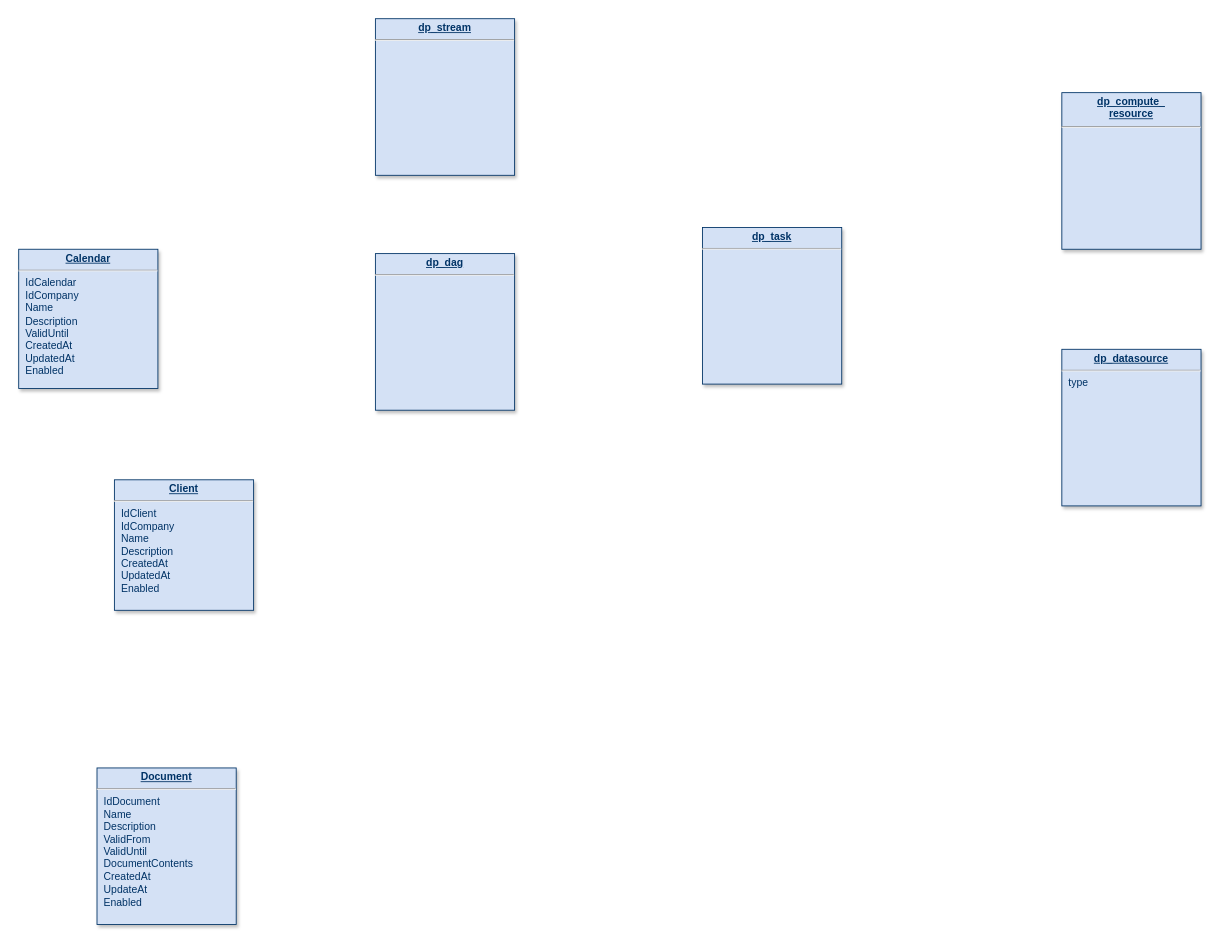
The draw.io diagram db_v2.drawio in cicelprg/drawio, before the edit. Source tidied: cells renumbered, new cells numbered last; positions are measured from the earlier drawing's top-left corner, leaving out a move shared by most shapes. Both pictures are drawn from the tidied source at 87%, with x=0, y=0 at pixel (18, 18).
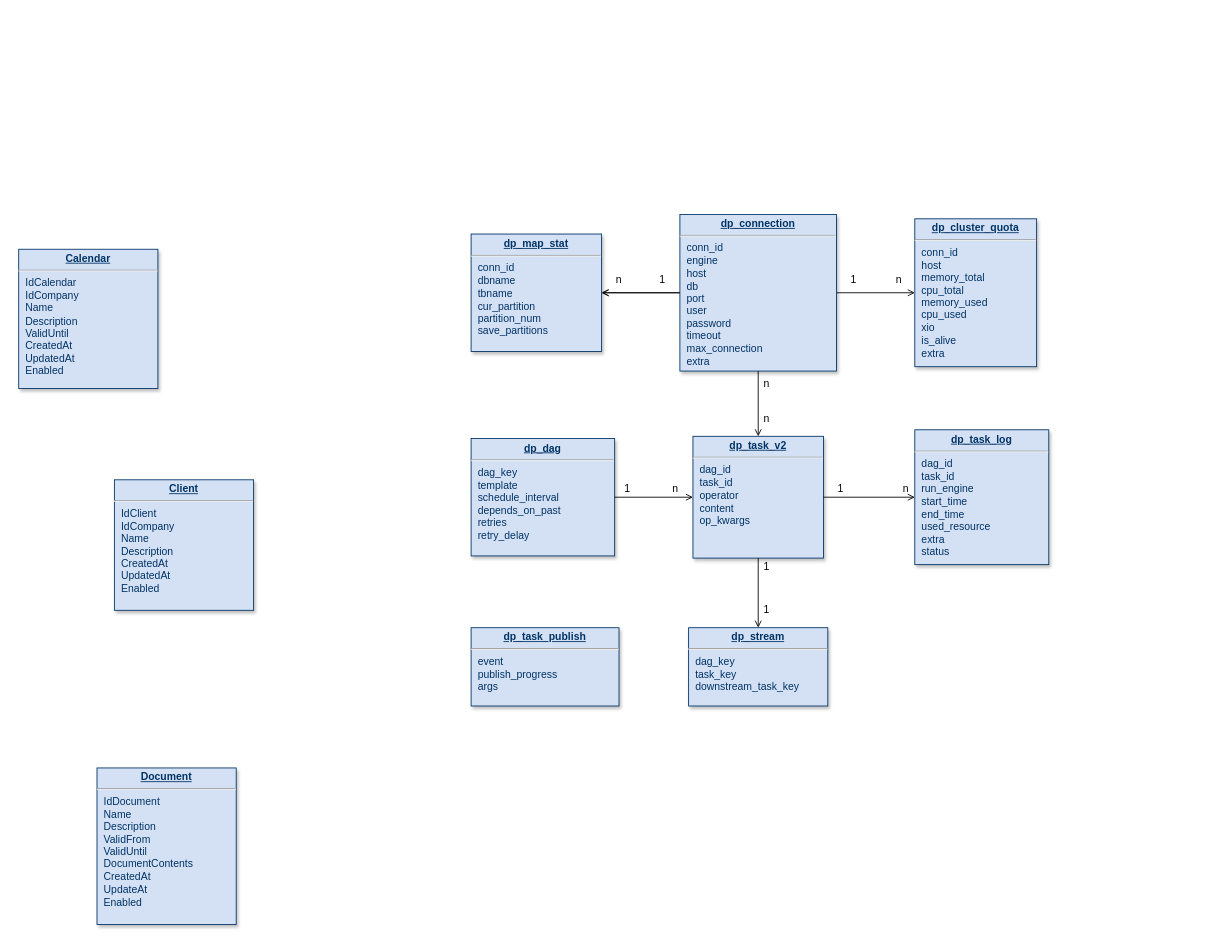
The same diagram, later.

The edit, as a diff of the source:
```diff
@@
+    <mxCell id="10" style="edgeStyle=none;rounded=1;jettySize=auto;html=1;endArrow=open;endFill=0;" parent="1" edge="1" source="3" target="12">
+      <mxGeometry relative="1" as="geometry" />
+    </mxCell>
+    <mxCell id="11" style="edgeStyle=none;rounded=1;jettySize=auto;html=1;endArrow=open;endFill=0;" parent="1" edge="1" source="3" target="15">
+      <mxGeometry relative="1" as="geometry" />
+    </mxCell>
-    <mxCell id="3" value="&lt;p style=&quot;margin: 0px ; margin-top: 4px ; text-align: center ; text-decoration: underline&quot;&gt;&lt;b&gt;dp_task&lt;/b&gt;&lt;/p&gt;&lt;hr&gt;&lt;p style=&quot;margin: 0px ; margin-left: 8px&quot;&gt;&lt;br&gt;&lt;/p&gt;" style="verticalAlign=top;align=left;overflow=fill;fontSize=12;fontFamily=Helvetica;html=1;strokeColor=#003366;shadow=1;fillColor=#D4E1F5;fontColor=#003366;" parent="1" vertex="1">
-      <mxGeometry x="786" y="240" width="160" height="180" as="geometry" />
+    <mxCell id="3" value="&lt;p style=&quot;margin: 0px ; margin-top: 4px ; text-align: center ; text-decoration: underline&quot;&gt;&lt;b&gt;dp_connection&lt;/b&gt;&lt;/p&gt;&lt;hr&gt;&lt;p style=&quot;margin: 0px ; margin-left: 8px&quot;&gt;conn_id&lt;br&gt;&lt;/p&gt;&lt;p style=&quot;margin: 0px ; margin-left: 8px&quot;&gt;engine&lt;/p&gt;&lt;p style=&quot;margin: 0px ; margin-left: 8px&quot;&gt;host&lt;br&gt;&lt;/p&gt;&lt;p style=&quot;margin: 0px ; margin-left: 8px&quot;&gt;db&lt;/p&gt;&lt;p style=&quot;margin: 0px ; margin-left: 8px&quot;&gt;port&lt;/p&gt;&lt;p style=&quot;margin: 0px ; margin-left: 8px&quot;&gt;user&lt;br&gt;&lt;/p&gt;&lt;p style=&quot;margin: 0px ; margin-left: 8px&quot;&gt;password&lt;br&gt;&lt;/p&gt;&lt;p style=&quot;margin: 0px ; margin-left: 8px&quot;&gt;timeout&lt;/p&gt;&lt;p style=&quot;margin: 0px ; margin-left: 8px&quot;&gt;max_connection&lt;br&gt;&lt;/p&gt;&lt;p style=&quot;margin: 0px ; margin-left: 8px&quot;&gt;extra&lt;br&gt;&lt;/p&gt;&lt;p style=&quot;margin: 0px ; margin-left: 8px&quot;&gt;&lt;br&gt;&lt;/p&gt;&lt;p style=&quot;margin: 0px ; margin-left: 8px&quot;&gt;&lt;br&gt;&lt;/p&gt;&lt;p style=&quot;margin: 0px ; margin-left: 8px&quot;&gt;&lt;br&gt;&lt;/p&gt;&lt;p style=&quot;margin: 0px ; margin-left: 8px&quot;&gt;&lt;br&gt;&lt;/p&gt;&lt;p style=&quot;margin: 0px ; margin-left: 8px&quot;&gt;&lt;br&gt;&lt;/p&gt;" style="verticalAlign=top;align=left;overflow=fill;fontSize=12;fontFamily=Helvetica;html=1;strokeColor=#003366;shadow=1;fillColor=#D4E1F5;fontColor=#003366;" parent="1" vertex="1">
+      <mxGeometry x="760" y="225" width="180" height="180" as="geometry" />
     </mxCell>
@@
-    <mxCell id="6" value="&lt;p style=&quot;margin: 0px ; margin-top: 4px ; text-align: center ; text-decoration: underline&quot;&gt;&lt;b&gt;dp_datasource&lt;/b&gt;&lt;/p&gt;&lt;hr&gt;&lt;p style=&quot;margin: 0px ; margin-left: 8px&quot;&gt;type&lt;/p&gt;" style="verticalAlign=top;align=left;overflow=fill;fontSize=12;fontFamily=Helvetica;html=1;strokeColor=#003366;shadow=1;fillColor=#D4E1F5;fontColor=#003366;" parent="1" vertex="1">
-      <mxGeometry x="1199" y="380" width="160" height="180" as="geometry" />
-    </mxCell>
-    <mxCell id="7" value="&lt;p style=&quot;margin: 0px ; margin-top: 4px ; text-align: center ; text-decoration: underline&quot;&gt;&lt;b&gt;dp_stream&lt;/b&gt;&lt;/p&gt;&lt;hr&gt;&lt;p style=&quot;margin: 0px ; margin-left: 8px&quot;&gt;&lt;br&gt;&lt;/p&gt;" style="verticalAlign=top;align=left;overflow=fill;fontSize=12;fontFamily=Helvetica;html=1;strokeColor=#003366;shadow=1;fillColor=#D4E1F5;fontColor=#003366;" parent="1" vertex="1">
-      <mxGeometry x="410" width="160" height="180" as="geometry" />
+    <mxCell id="7" value="&lt;p style=&quot;margin: 0px ; margin-top: 4px ; text-align: center ; text-decoration: underline&quot;&gt;&lt;b&gt;dp_dag&lt;/b&gt;&lt;/p&gt;&lt;hr&gt;&lt;p style=&quot;margin: 0px ; margin-left: 8px&quot;&gt;dag_key&lt;br&gt;&lt;/p&gt;&lt;p style=&quot;margin: 0px ; margin-left: 8px&quot;&gt;template&lt;br&gt;&lt;/p&gt;&lt;p style=&quot;margin: 0px ; margin-left: 8px&quot;&gt;schedule_interval&lt;br&gt;&lt;/p&gt;&lt;p style=&quot;margin: 0px ; margin-left: 8px&quot;&gt;depends_on_past&lt;br&gt;&lt;/p&gt;&lt;p style=&quot;margin: 0px ; margin-left: 8px&quot;&gt;retries&lt;br&gt;&lt;/p&gt;&lt;p style=&quot;margin: 0px ; margin-left: 8px&quot;&gt;retry_delay&lt;br&gt;&lt;/p&gt;" style="verticalAlign=top;align=left;overflow=fill;fontSize=12;fontFamily=Helvetica;html=1;strokeColor=#003366;shadow=1;fillColor=#D4E1F5;fontColor=#003366;" parent="1" vertex="1">
+      <mxGeometry x="520" y="482.5" width="165" height="135" as="geometry" />
     </mxCell>
-    <mxCell id="8" value="&lt;p style=&quot;margin: 0px ; margin-top: 4px ; text-align: center ; text-decoration: underline&quot;&gt;&lt;b&gt;dp_compute_&lt;/b&gt;&lt;/p&gt;&lt;div style=&quot;text-align: center&quot;&gt;&lt;span&gt;&lt;b&gt;&lt;u&gt;resource&lt;/u&gt;&lt;/b&gt;&lt;/span&gt;&lt;/div&gt;&lt;hr&gt;&lt;p style=&quot;margin: 0px ; margin-left: 8px&quot;&gt;&lt;br&gt;&lt;/p&gt;" style="verticalAlign=top;align=left;overflow=fill;fontSize=12;fontFamily=Helvetica;html=1;strokeColor=#003366;shadow=1;fillColor=#D4E1F5;fontColor=#003366;" parent="1" vertex="1">
-      <mxGeometry x="1199" y="85" width="160" height="180" as="geometry" />
-    </mxCell>
-    <mxCell id="9" value="&lt;p style=&quot;margin: 0px ; margin-top: 4px ; text-align: center ; text-decoration: underline&quot;&gt;&lt;b&gt;dp_dag&lt;/b&gt;&lt;/p&gt;&lt;hr&gt;&lt;p style=&quot;margin: 0px ; margin-left: 8px&quot;&gt;&lt;br&gt;&lt;/p&gt;" style="verticalAlign=top;align=left;overflow=fill;fontSize=12;fontFamily=Helvetica;html=1;strokeColor=#003366;shadow=1;fillColor=#D4E1F5;fontColor=#003366;" parent="1" vertex="1">
-      <mxGeometry x="410" y="270" width="160" height="180" as="geometry" />
+    <mxCell id="9" value="&lt;p style=&quot;margin: 0px ; margin-top: 4px ; text-align: center ; text-decoration: underline&quot;&gt;&lt;b&gt;dp_task_log&lt;/b&gt;&lt;/p&gt;&lt;hr&gt;&lt;p style=&quot;margin: 0px ; margin-left: 8px&quot;&gt;dag_id&lt;/p&gt;&lt;p style=&quot;margin: 0px ; margin-left: 8px&quot;&gt;task_id&lt;/p&gt;&lt;p style=&quot;margin: 0px ; margin-left: 8px&quot;&gt;run_engine&lt;br&gt;&lt;/p&gt;&lt;p style=&quot;margin: 0px ; margin-left: 8px&quot;&gt;start_time&lt;/p&gt;&lt;p style=&quot;margin: 0px ; margin-left: 8px&quot;&gt;end_time&lt;/p&gt;&lt;p style=&quot;margin: 0px ; margin-left: 8px&quot;&gt;used_resource&lt;/p&gt;&lt;p style=&quot;margin: 0px ; margin-left: 8px&quot;&gt;extra&lt;/p&gt;&lt;p style=&quot;margin: 0px ; margin-left: 8px&quot;&gt;status&lt;/p&gt;&lt;p style=&quot;margin: 0px ; margin-left: 8px&quot;&gt;&lt;br&gt;&lt;/p&gt;" style="verticalAlign=top;align=left;overflow=fill;fontSize=12;fontFamily=Helvetica;html=1;strokeColor=#003366;shadow=1;fillColor=#D4E1F5;fontColor=#003366;" parent="1" vertex="1">
+      <mxGeometry x="1030" y="472.5" width="154" height="155" as="geometry" />
     </mxCell>
+    <mxCell id="12" value="&lt;p style=&quot;margin: 0px ; margin-top: 4px ; text-align: center ; text-decoration: underline&quot;&gt;&lt;b&gt;dp_cluster_quota&lt;/b&gt;&lt;/p&gt;&lt;hr&gt;&lt;p style=&quot;margin: 0px ; margin-left: 8px&quot;&gt;conn_id&lt;/p&gt;&lt;p style=&quot;margin: 0px ; margin-left: 8px&quot;&gt;host&lt;/p&gt;&lt;p style=&quot;margin: 0px ; margin-left: 8px&quot;&gt;memory_total&lt;/p&gt;&lt;p style=&quot;margin: 0px ; margin-left: 8px&quot;&gt;cpu_total&lt;/p&gt;&lt;p style=&quot;margin: 0px ; margin-left: 8px&quot;&gt;memory_used&lt;/p&gt;&lt;p style=&quot;margin: 0px ; margin-left: 8px&quot;&gt;cpu_used&lt;/p&gt;&lt;p style=&quot;margin: 0px ; margin-left: 8px&quot;&gt;xio&lt;/p&gt;&lt;p style=&quot;margin: 0px ; margin-left: 8px&quot;&gt;is_alive&lt;/p&gt;&lt;p style=&quot;margin: 0px ; margin-left: 8px&quot;&gt;extra&lt;/p&gt;&lt;p style=&quot;margin: 0px ; margin-left: 8px&quot;&gt;&lt;br&gt;&lt;/p&gt;&lt;p style=&quot;margin: 0px ; margin-left: 8px&quot;&gt;&lt;br&gt;&lt;/p&gt;&lt;p style=&quot;margin: 0px ; margin-left: 8px&quot;&gt;&lt;br&gt;&lt;/p&gt;&lt;p style=&quot;margin: 0px ; margin-left: 8px&quot;&gt;&lt;br&gt;&lt;/p&gt;&lt;p style=&quot;margin: 0px ; margin-left: 8px&quot;&gt;&lt;br&gt;&lt;/p&gt;&lt;p style=&quot;margin: 0px ; margin-left: 8px&quot;&gt;&lt;br&gt;&lt;/p&gt;" style="verticalAlign=top;align=left;overflow=fill;fontSize=12;fontFamily=Helvetica;html=1;strokeColor=#003366;shadow=1;fillColor=#D4E1F5;fontColor=#003366;" parent="1" vertex="1">
+      <mxGeometry x="1030" y="230" width="140" height="170" as="geometry" />
+    </mxCell>
+    <mxCell id="13" value="&lt;p style=&quot;margin: 0px ; margin-top: 4px ; text-align: center ; text-decoration: underline&quot;&gt;&lt;b&gt;dp_task_publish&lt;/b&gt;&lt;/p&gt;&lt;hr&gt;&lt;p style=&quot;margin: 0px ; margin-left: 8px&quot;&gt;event&lt;/p&gt;&lt;p style=&quot;margin: 0px ; margin-left: 8px&quot;&gt;publish_progress&lt;/p&gt;&lt;p style=&quot;margin: 0px ; margin-left: 8px&quot;&gt;args&lt;/p&gt;&lt;p style=&quot;margin: 0px ; margin-left: 8px&quot;&gt;&lt;br&gt;&lt;/p&gt;" style="verticalAlign=top;align=left;overflow=fill;fontSize=12;fontFamily=Helvetica;html=1;strokeColor=#003366;shadow=1;fillColor=#D4E1F5;fontColor=#003366;" parent="1" vertex="1">
+      <mxGeometry x="520" y="700" width="170" height="90" as="geometry" />
+    </mxCell>
+    <mxCell id="14" value="&lt;p style=&quot;margin: 0px ; margin-top: 4px ; text-align: center ; text-decoration: underline&quot;&gt;&lt;b&gt;dp_task_v2&lt;/b&gt;&lt;/p&gt;&lt;hr&gt;&lt;p style=&quot;margin: 0px ; margin-left: 8px&quot;&gt;&lt;span&gt;dag_id&lt;/span&gt;&lt;br&gt;&lt;/p&gt;&lt;p style=&quot;margin: 0px ; margin-left: 8px&quot;&gt;task_id&lt;/p&gt;&lt;p style=&quot;margin: 0px ; margin-left: 8px&quot;&gt;&lt;span&gt;operator&lt;/span&gt;&lt;/p&gt;&lt;p style=&quot;margin: 0px ; margin-left: 8px&quot;&gt;content&lt;br&gt;&lt;/p&gt;&lt;p style=&quot;margin: 0px ; margin-left: 8px&quot;&gt;op_kwargs&lt;/p&gt;&lt;p style=&quot;margin: 0px ; margin-left: 8px&quot;&gt;&lt;br&gt;&lt;/p&gt;&lt;p style=&quot;margin: 0px ; margin-left: 8px&quot;&gt;&lt;br&gt;&lt;/p&gt;" style="verticalAlign=top;align=left;overflow=fill;fontSize=12;fontFamily=Helvetica;html=1;strokeColor=#003366;shadow=1;fillColor=#D4E1F5;fontColor=#003366;" parent="1" vertex="1">
+      <mxGeometry x="775" y="480" width="150" height="140" as="geometry" />
+    </mxCell>
+    <mxCell id="15" value="&lt;p style=&quot;margin: 0px ; margin-top: 4px ; text-align: center ; text-decoration: underline&quot;&gt;&lt;b&gt;dp_map_stat&lt;/b&gt;&lt;/p&gt;&lt;hr&gt;&lt;p style=&quot;margin: 0px ; margin-left: 8px&quot;&gt;conn_id&lt;/p&gt;&lt;p style=&quot;margin: 0px ; margin-left: 8px&quot;&gt;dbname&lt;br&gt;&lt;/p&gt;&lt;p style=&quot;margin: 0px ; margin-left: 8px&quot;&gt;tbname&lt;br&gt;&lt;/p&gt;&lt;p style=&quot;margin: 0px ; margin-left: 8px&quot;&gt;cur_partition&lt;br&gt;&lt;/p&gt;&lt;p style=&quot;margin: 0px ; margin-left: 8px&quot;&gt;partition_num&lt;/p&gt;&lt;p style=&quot;margin: 0px ; margin-left: 8px&quot;&gt;&lt;span&gt;save_partitions&lt;/span&gt;&lt;br&gt;&lt;/p&gt;&lt;p style=&quot;margin: 0px ; margin-left: 8px&quot;&gt;&lt;br&gt;&lt;/p&gt;" style="verticalAlign=top;align=left;overflow=fill;fontSize=12;fontFamily=Helvetica;html=1;strokeColor=#003366;shadow=1;fillColor=#D4E1F5;fontColor=#003366;" parent="1" vertex="1">
+      <mxGeometry x="520" y="247.5" width="150" height="135" as="geometry" />
+    </mxCell>
+    <mxCell id="16" style="edgeStyle=none;rounded=1;jettySize=auto;html=1;endArrow=open;endFill=0;entryX=1;entryY=0.5;entryDx=0;entryDy=0;" parent="1" edge="1" source="3" target="15">
+      <mxGeometry relative="1" as="geometry" />
+    </mxCell>
+    <mxCell id="17" style="endArrow=open;html=1;rounded=1;endFill=0;entryX=0.5;entryY=0;entryDx=0;entryDy=0;exitX=0.5;exitY=1;exitDx=0;exitDy=0;" parent="1" edge="1" source="3" target="14">
+      <mxGeometry relative="1" as="geometry" />
+    </mxCell>
+    <mxCell id="18" style="endArrow=open;html=1;rounded=1;endFill=0;exitX=1;exitY=0.5;exitDx=0;exitDy=0;" parent="1" edge="1" source="14" target="9">
+      <mxGeometry relative="1" as="geometry" />
+    </mxCell>
+    <mxCell id="19" value="&lt;p style=&quot;margin: 0px ; margin-top: 4px ; text-align: center ; text-decoration: underline&quot;&gt;&lt;b&gt;dp_stream&lt;/b&gt;&lt;/p&gt;&lt;hr&gt;&lt;p style=&quot;margin: 0px ; margin-left: 8px&quot;&gt;dag_key&lt;br&gt;&lt;/p&gt;&lt;p style=&quot;margin: 0px ; margin-left: 8px&quot;&gt;task_key&lt;br&gt;&lt;/p&gt;&lt;p style=&quot;margin: 0px ; margin-left: 8px&quot;&gt;downstream_task_key&lt;br&gt;&lt;/p&gt;" style="verticalAlign=top;align=left;overflow=fill;fontSize=12;fontFamily=Helvetica;html=1;strokeColor=#003366;shadow=1;fillColor=#D4E1F5;fontColor=#003366;" parent="1" vertex="1">
+      <mxGeometry x="770" y="700" width="160" height="90" as="geometry" />
+    </mxCell>
+    <mxCell id="20" style="endArrow=open;html=1;rounded=1;endFill=0;" parent="1" edge="1" source="14" target="19">
+      <mxGeometry relative="1" as="geometry" />
+    </mxCell>
+    <mxCell id="21" style="endArrow=open;html=1;rounded=1;endFill=0;exitX=1;exitY=0.5;exitDx=0;exitDy=0;" parent="1" edge="1" source="7" target="14">
+      <mxGeometry relative="1" as="geometry" />
+    </mxCell>
+    <mxCell id="22" value="1" style="text;html=1;strokeColor=none;fillColor=none;align=center;verticalAlign=middle;whiteSpace=wrap;rounded=0;" parent="1" vertex="1">
+      <mxGeometry x="940" y="290" width="40" height="20" as="geometry" />
+    </mxCell>
+    <mxCell id="23" value="n" style="text;html=1;strokeColor=none;fillColor=none;align=center;verticalAlign=middle;whiteSpace=wrap;rounded=0;" parent="1" vertex="1">
+      <mxGeometry x="991.5" y="290" width="40" height="20" as="geometry" />
+    </mxCell>
+    <mxCell id="24" value="1" style="text;html=1;strokeColor=none;fillColor=none;align=center;verticalAlign=middle;whiteSpace=wrap;rounded=0;" parent="1" vertex="1">
+      <mxGeometry x="720" y="290" width="40" height="20" as="geometry" />
+    </mxCell>
+    <mxCell id="25" value="n" style="text;html=1;strokeColor=none;fillColor=none;align=center;verticalAlign=middle;whiteSpace=wrap;rounded=0;" parent="1" vertex="1">
+      <mxGeometry x="670" y="290" width="40" height="20" as="geometry" />
+    </mxCell>
+    <mxCell id="26" value="n" style="text;html=1;strokeColor=none;fillColor=none;align=center;verticalAlign=middle;whiteSpace=wrap;rounded=0;" parent="1" vertex="1">
+      <mxGeometry x="840" y="410" width="40" height="20" as="geometry" />
+    </mxCell>
+    <mxCell id="27" value="n" style="text;html=1;strokeColor=none;fillColor=none;align=center;verticalAlign=middle;whiteSpace=wrap;rounded=0;" parent="1" vertex="1">
+      <mxGeometry x="840" y="450" width="40" height="20" as="geometry" />
+    </mxCell>
+    <mxCell id="28" value="1" style="text;html=1;strokeColor=none;fillColor=none;align=center;verticalAlign=middle;whiteSpace=wrap;rounded=0;" parent="1" vertex="1">
+      <mxGeometry x="680" y="530" width="40" height="20" as="geometry" />
+    </mxCell>
+    <mxCell id="29" value="n" style="text;html=1;strokeColor=none;fillColor=none;align=center;verticalAlign=middle;whiteSpace=wrap;rounded=0;" parent="1" vertex="1">
+      <mxGeometry x="735" y="530" width="40" height="20" as="geometry" />
+    </mxCell>
+    <mxCell id="30" value="1" style="text;html=1;strokeColor=none;fillColor=none;align=center;verticalAlign=middle;whiteSpace=wrap;rounded=0;" parent="1" vertex="1">
+      <mxGeometry x="925" y="530" width="40" height="20" as="geometry" />
+    </mxCell>
+    <mxCell id="31" value="n" style="text;html=1;strokeColor=none;fillColor=none;align=center;verticalAlign=middle;whiteSpace=wrap;rounded=0;" parent="1" vertex="1">
+      <mxGeometry x="1000" y="530" width="40" height="20" as="geometry" />
+    </mxCell>
+    <mxCell id="32" value="1" style="text;html=1;strokeColor=none;fillColor=none;align=center;verticalAlign=middle;whiteSpace=wrap;rounded=0;" parent="1" vertex="1">
+      <mxGeometry x="840" y="620" width="40" height="20" as="geometry" />
+    </mxCell>
+    <mxCell id="33" value="1" style="text;html=1;strokeColor=none;fillColor=none;align=center;verticalAlign=middle;whiteSpace=wrap;rounded=0;" parent="1" vertex="1">
+      <mxGeometry x="840" y="670" width="40" height="20" as="geometry" />
+    </mxCell>
```
